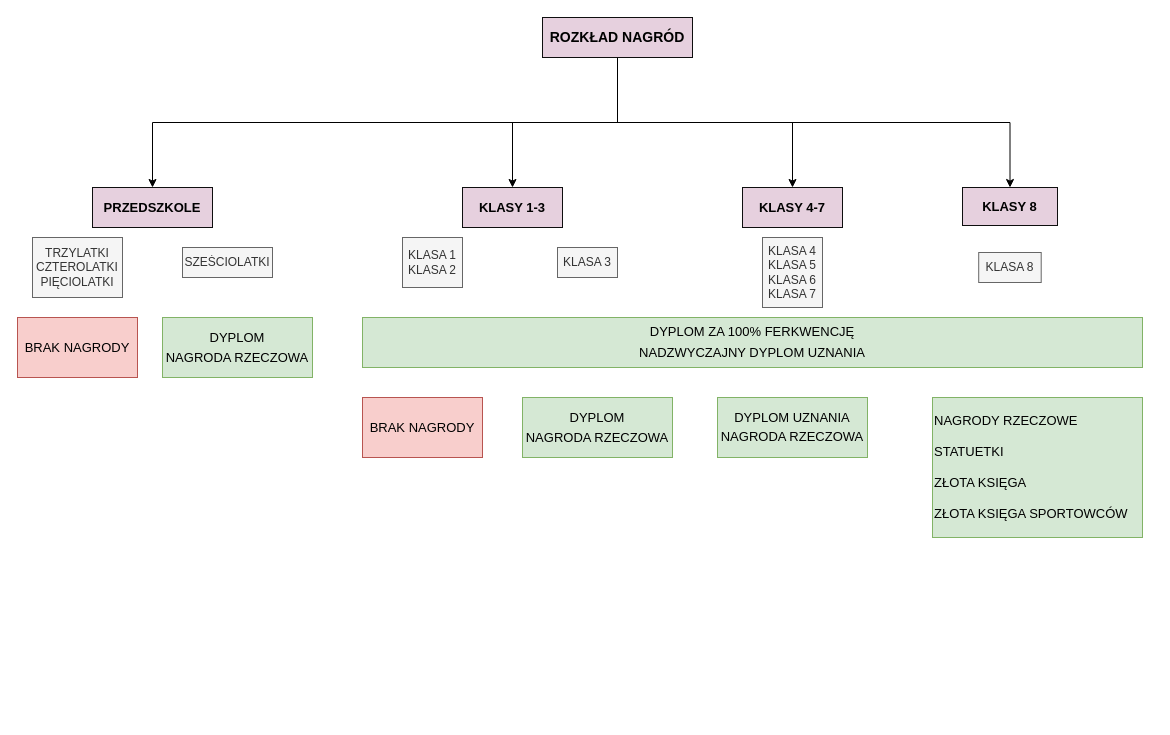
Above: Diagram bez tytułu.drawio in CyberLady-Bug/School-Winners (draw.io), before the change. Source tidied: cells renumbered, new cells numbered last; positions are measured from the earlier drawing's top-left corner, leaving out a move shared by most shapes. Both pictures are drawn from the tidied source at 100%, with x=0, y=0 at pixel (17, 17).
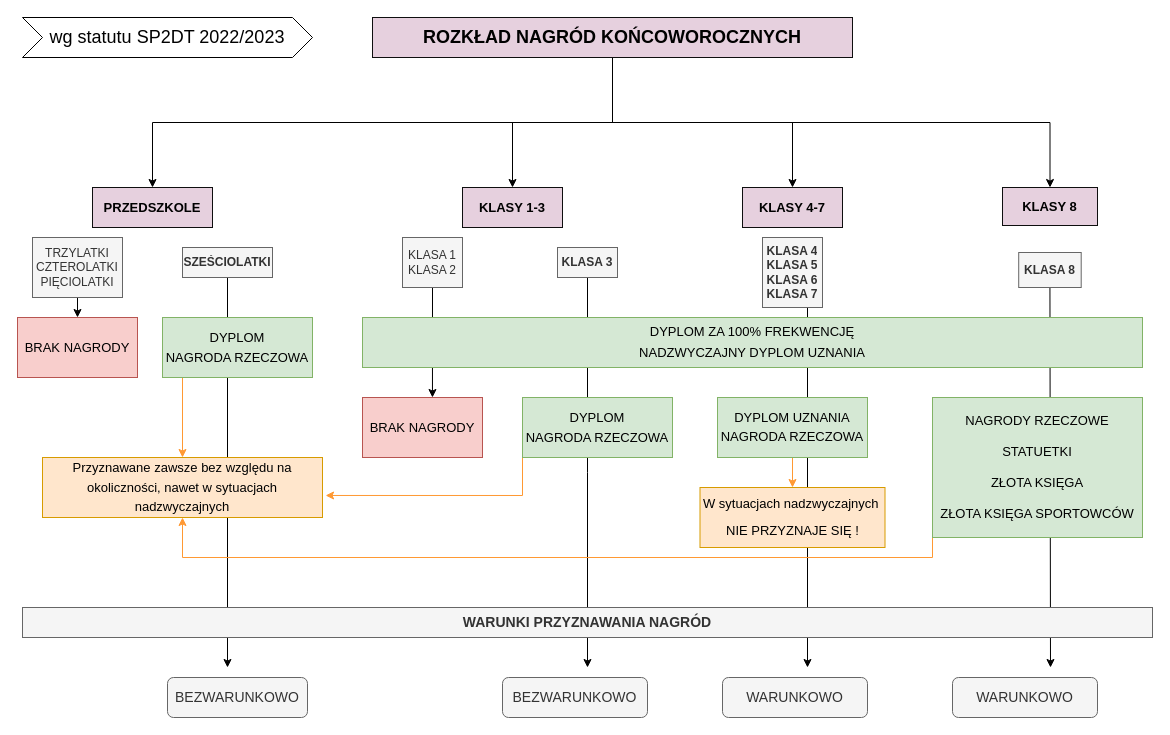
The same diagram, later.

Commit message:
ROZKŁAD NAGRÓD SP2DT

The change refers to these unchanged cells:
```xml
<mxCell id="2" value="TRZYLATKI&lt;br&gt;CZTEROLATKI&lt;br&gt;PIĘCIOLATKI" style="text;strokeColor=#666666;fillColor=#f5f5f5;html=1;whiteSpace=wrap;verticalAlign=middle;overflow=hidden;fontColor=#333333;align=center;" parent="1" vertex="1">
  <mxGeometry x="15" y="220" width="90" height="60" as="geometry" />
</mxCell>
<mxCell id="3" value="BRAK NAGRODY" style="whiteSpace=wrap;html=1;strokeColor=#b85450;fillColor=#f8cecc;fontSize=13;" parent="1" vertex="1">
  <mxGeometry y="300" width="120" height="60" as="geometry" />
</mxCell>
<mxCell id="5" value="&lt;p style=&quot;line-height: 150%;&quot;&gt;DYPLOM&lt;br style=&quot;font-size: 13px;&quot;&gt;NAGRODA RZECZOWA&lt;/p&gt;" style="rounded=0;whiteSpace=wrap;html=1;strokeColor=#82b366;fillColor=#d5e8d4;fontSize=13;" parent="1" vertex="1">
  <mxGeometry x="145" y="300" width="150" height="60" as="geometry" />
</mxCell>
<mxCell id="8" value="BRAK NAGRODY" style="whiteSpace=wrap;html=1;strokeColor=#b85450;fillColor=#f8cecc;fontSize=13;" parent="1" vertex="1">
  <mxGeometry x="345" y="380" width="120" height="60" as="geometry" />
</mxCell>
<mxCell id="19" value="&lt;p style=&quot;line-height: 150%;&quot;&gt;DYPLOM&lt;br style=&quot;font-size: 13px;&quot;&gt;NAGRODA RZECZOWA&lt;/p&gt;" style="rounded=0;whiteSpace=wrap;html=1;strokeColor=#82b366;fillColor=#d5e8d4;fontSize=13;" parent="1" vertex="1">
  <mxGeometry x="505" y="380" width="150" height="60" as="geometry" />
</mxCell>
<mxCell id="20" value="&lt;p style=&quot;line-height: 140%;&quot;&gt;DYPLOM UZNANIA&lt;br style=&quot;font-size: 13px;&quot;&gt;NAGRODA RZECZOWA&lt;/p&gt;" style="rounded=0;whiteSpace=wrap;html=1;strokeColor=#82b366;fillColor=#d5e8d4;fontSize=13;" parent="1" vertex="1">
  <mxGeometry x="700" y="380" width="150" height="60" as="geometry" />
</mxCell>
```

Change to the diagram source:
```diff
@@
+    <mxCell id="24" style="edgeStyle=orthogonalEdgeStyle;rounded=0;jettySize=auto;html=1;exitX=0.5;exitY=1;exitDx=0;exitDy=0;entryX=0.5;entryY=0;entryDx=0;entryDy=0;" parent="1" edge="1" source="2" target="3">
+      <mxGeometry relative="1" as="geometry" />
+    </mxCell>
@@
+    <mxCell id="25" style="edgeStyle=elbowEdgeStyle;rounded=0;jettySize=auto;html=1;exitX=0.5;exitY=1;exitDx=0;exitDy=0;strokeColor=#000000;fontSize=14;" parent="1" edge="1" source="4">
+      <mxGeometry relative="1" as="geometry">
+        <mxPoint x="210" y="650" as="targetPoint" />
+      </mxGeometry>
+    </mxCell>
-    <mxCell id="4" value="SZEŚCIOLATKI" style="text;strokeColor=#666666;fillColor=#f5f5f5;html=1;whiteSpace=wrap;verticalAlign=middle;overflow=hidden;fontColor=#333333;align=center;" parent="1" vertex="1">
+    <mxCell id="4" value="SZEŚCIOLATKI" style="text;strokeColor=#666666;fillColor=#f5f5f5;html=1;whiteSpace=wrap;verticalAlign=middle;overflow=hidden;fontColor=#333333;align=center;fontStyle=1;" parent="1" vertex="1">
       <mxGeometry x="165" y="230" width="90" height="30" as="geometry" />
     </mxCell>
+    <mxCell id="26" style="edgeStyle=orthogonalEdgeStyle;rounded=0;jettySize=auto;html=1;fontSize=14;strokeColor=#FF9933;exitX=0.25;exitY=1;exitDx=0;exitDy=0;" parent="1" edge="1" source="5" target="34">
+      <mxGeometry relative="1" as="geometry">
+        <Array as="points">
+          <mxPoint x="165" y="360" />
+        </Array>
+      </mxGeometry>
+    </mxCell>
@@
+    <mxCell id="27" style="edgeStyle=orthogonalEdgeStyle;rounded=0;jettySize=auto;html=1;exitX=0.5;exitY=1;exitDx=0;exitDy=0;entryX=0.583;entryY=0;entryDx=0;entryDy=0;entryPerimeter=0;" parent="1" edge="1" source="6" target="8">
+      <mxGeometry relative="1" as="geometry" />
+    </mxCell>
-    <mxCell id="6" value="KLASA 1&lt;br&gt;KLASA 2" style="text;strokeColor=#666666;fillColor=#f5f5f5;html=1;whiteSpace=wrap;verticalAlign=middle;overflow=hidden;fontColor=#333333;align=center;" parent="1" vertex="1">
+    <mxCell id="6" value="KLASA 1&lt;br&gt;KLASA 2" style="text;strokeColor=#666666;fillColor=#f5f5f5;html=1;whiteSpace=wrap;verticalAlign=middle;overflow=hidden;fontColor=#333333;align=center;fontStyle=0;" parent="1" vertex="1">
       <mxGeometry x="385" y="220" width="60" height="50" as="geometry" />
     </mxCell>
+    <mxCell id="28" style="edgeStyle=elbowEdgeStyle;rounded=0;jettySize=auto;html=1;exitX=0.5;exitY=1;exitDx=0;exitDy=0;strokeColor=#000000;fontSize=14;" parent="1" edge="1" source="7">
+      <mxGeometry relative="1" as="geometry">
+        <mxPoint x="570" y="650" as="targetPoint" />
+      </mxGeometry>
+    </mxCell>
-    <mxCell id="7" value="&lt;div&gt;KLASA 3&lt;/div&gt;" style="text;strokeColor=#666666;fillColor=#f5f5f5;html=1;whiteSpace=wrap;verticalAlign=middle;overflow=hidden;fontColor=#333333;align=center;" parent="1" vertex="1">
+    <mxCell id="7" value="&lt;div&gt;KLASA 3&lt;/div&gt;" style="text;strokeColor=#666666;fillColor=#f5f5f5;html=1;whiteSpace=wrap;verticalAlign=middle;overflow=hidden;fontColor=#333333;align=center;fontStyle=1;" parent="1" vertex="1">
       <mxGeometry x="540" y="230" width="60" height="30" as="geometry" />
     </mxCell>
@@
+    <mxCell id="29" style="edgeStyle=elbowEdgeStyle;rounded=0;jettySize=auto;html=1;exitX=0.75;exitY=1;exitDx=0;exitDy=0;strokeColor=#000000;fontSize=14;" parent="1" edge="1" source="9">
+      <mxGeometry relative="1" as="geometry">
+        <mxPoint x="790" y="650" as="targetPoint" />
+      </mxGeometry>
+    </mxCell>
-    <mxCell id="9" value="KLASA 4&lt;br&gt;KLASA 5&lt;br&gt;KLASA 6&lt;br&gt;KLASA 7" style="text;strokeColor=#666666;fillColor=#f5f5f5;html=1;whiteSpace=wrap;verticalAlign=middle;overflow=hidden;fontColor=#333333;align=center;" parent="1" vertex="1">
+    <mxCell id="9" value="KLASA 4&lt;br&gt;KLASA 5&lt;br&gt;KLASA 6&lt;br&gt;KLASA 7" style="text;strokeColor=#666666;fillColor=#f5f5f5;html=1;whiteSpace=wrap;verticalAlign=middle;overflow=hidden;fontColor=#333333;align=center;fontStyle=1;" parent="1" vertex="1">
       <mxGeometry x="745" y="220" width="60" height="70" as="geometry" />
     </mxCell>
+    <mxCell id="30" style="edgeStyle=elbowEdgeStyle;rounded=0;jettySize=auto;html=1;exitX=0.5;exitY=1;exitDx=0;exitDy=0;strokeColor=#000000;fontSize=14;" parent="1" edge="1" source="10">
+      <mxGeometry relative="1" as="geometry">
+        <mxPoint x="1033" y="650" as="targetPoint" />
+      </mxGeometry>
+    </mxCell>
-    <mxCell id="10" value="KLASA 8" style="text;strokeColor=#666666;fillColor=#f5f5f5;html=1;whiteSpace=wrap;verticalAlign=middle;overflow=hidden;fontColor=#333333;align=center;" parent="1" vertex="1">
-      <mxGeometry x="961.2" y="235" width="62.5" height="30" as="geometry" />
+    <mxCell id="10" value="KLASA 8" style="text;strokeColor=#666666;fillColor=#f5f5f5;html=1;whiteSpace=wrap;verticalAlign=middle;overflow=hidden;fontColor=#333333;align=center;fontStyle=1;" parent="1" vertex="1">
+      <mxGeometry x="1001.2" y="235" width="62.5" height="35" as="geometry" />
     </mxCell>
@@
     <mxCell id="13" value="KLASY 8" style="whiteSpace=wrap;html=1;strokeColor=#0F0F0F;fillColor=#E6D0DE;fontStyle=1;fontSize=13;" parent="1" vertex="1">
-      <mxGeometry x="945" y="170" width="95" height="38" as="geometry" />
+      <mxGeometry x="985" y="170" width="95" height="38" as="geometry" />
     </mxCell>
@@
+    <mxCell id="31" style="edgeStyle=orthogonalEdgeStyle;rounded=0;jettySize=auto;html=1;exitX=0;exitY=1;exitDx=0;exitDy=0;entryX=1.011;entryY=0.633;entryDx=0;entryDy=0;entryPerimeter=0;fontSize=14;strokeColor=#FF9933;" parent="1" edge="1" source="19" target="34">
+      <mxGeometry relative="1" as="geometry" />
+    </mxCell>
@@
+    <mxCell id="32" style="edgeStyle=orthogonalEdgeStyle;rounded=0;jettySize=auto;html=1;fontSize=14;strokeColor=#FF9933;" parent="1" edge="1" source="20" target="35">
+      <mxGeometry relative="1" as="geometry" />
+    </mxCell>
@@
+    <mxCell id="33" style="edgeStyle=orthogonalEdgeStyle;rounded=0;jettySize=auto;html=1;exitX=0;exitY=1;exitDx=0;exitDy=0;fontSize=14;elbow=vertical;strokeColor=#FF9933;" parent="1" edge="1" source="21" target="34">
+      <mxGeometry relative="1" as="geometry">
+        <Array as="points">
+          <mxPoint x="915" y="540" />
+          <mxPoint x="165" y="540" />
+        </Array>
+      </mxGeometry>
+    </mxCell>
-    <mxCell id="21" value="&lt;p style=&quot;line-height: 140%;&quot;&gt;NAGRODY RZECZOWE&lt;/p&gt;&lt;p style=&quot;line-height: 140%;&quot;&gt;STATUETKI&lt;/p&gt;&lt;p style=&quot;line-height: 140%;&quot;&gt;ZŁOTA KSIĘGA&lt;/p&gt;&lt;p style=&quot;line-height: 140%;&quot;&gt;ZŁOTA KSIĘGA SPORTOWCÓW&lt;/p&gt;" style="rounded=0;whiteSpace=wrap;html=1;strokeColor=#82b366;fillColor=#d5e8d4;fontSize=13;align=left;" parent="1" vertex="1">
+    <mxCell id="21" value="&lt;p style=&quot;line-height: 140%;&quot;&gt;NAGRODY RZECZOWE&lt;/p&gt;&lt;p style=&quot;line-height: 140%;&quot;&gt;STATUETKI&lt;/p&gt;&lt;p style=&quot;line-height: 140%;&quot;&gt;ZŁOTA KSIĘGA&lt;/p&gt;&lt;p style=&quot;line-height: 140%;&quot;&gt;ZŁOTA KSIĘGA SPORTOWCÓW&lt;/p&gt;" style="rounded=0;whiteSpace=wrap;html=1;strokeColor=#82b366;fillColor=#d5e8d4;fontSize=13;align=center;" parent="1" vertex="1">
       <mxGeometry x="915" y="380" width="210" height="140" as="geometry" />
     </mxCell>
-    <mxCell id="22" value="&lt;p style=&quot;line-height: 173%;&quot;&gt;&lt;font style=&quot;font-size: 13px;&quot;&gt;DYPLOM ZA 100% FERKWENCJĘ&lt;br&gt;NADZWYCZAJNY DYPLOM UZNANIA&lt;/font&gt;&lt;/p&gt;" style="rounded=0;whiteSpace=wrap;html=1;strokeColor=#82b366;fillColor=#d5e8d4;" parent="1" vertex="1">
+    <mxCell id="22" value="&lt;p style=&quot;line-height: 173%;&quot;&gt;&lt;font style=&quot;font-size: 13px;&quot;&gt;DYPLOM ZA 100% FREKWENCJĘ&lt;br&gt;NADZWYCZAJNY DYPLOM UZNANIA&lt;/font&gt;&lt;/p&gt;" style="rounded=0;whiteSpace=wrap;html=1;strokeColor=#82b366;fillColor=#d5e8d4;" parent="1" vertex="1">
       <mxGeometry x="345" y="300" width="780" height="50" as="geometry" />
     </mxCell>
-    <mxCell id="23" value="ROZKŁAD NAGRÓD" style="whiteSpace=wrap;html=1;strokeColor=#0F0F0F;fillColor=#E6D0DE;fontStyle=1;fontSize=14;" parent="1" vertex="1">
-      <mxGeometry x="525" width="150" height="40" as="geometry" />
+    <mxCell id="23" value="ROZKŁAD NAGRÓD KOŃCOWOROCZNYCH" style="whiteSpace=wrap;html=1;strokeColor=#0F0F0F;fillColor=#E6D0DE;fontStyle=1;fontSize=18;" parent="1" vertex="1">
+      <mxGeometry x="355" width="480" height="40" as="geometry" />
     </mxCell>
+    <mxCell id="34" value="&lt;p style=&quot;line-height: 150%;&quot;&gt;Przyznawane zawsze bez względu na okoliczności, nawet w sytuacjach nadzwyczajnych&lt;/p&gt;" style="rounded=0;whiteSpace=wrap;html=1;strokeColor=#d79b00;fillColor=#ffe6cc;fontSize=13;" parent="1" vertex="1">
+      <mxGeometry x="25" y="440" width="280" height="60" as="geometry" />
+    </mxCell>
+    <mxCell id="35" value="&lt;p style=&quot;line-height: 110%;&quot;&gt;W sytuacjach nadzwyczajnych&amp;nbsp;&lt;/p&gt;&lt;p style=&quot;line-height: 110%;&quot;&gt;NIE PRZYZNAJE SIĘ !&lt;/p&gt;" style="rounded=0;whiteSpace=wrap;html=1;strokeColor=#d79b00;fillColor=#ffe6cc;fontSize=13;" parent="1" vertex="1">
+      <mxGeometry x="682.5" y="470" width="185" height="60" as="geometry" />
+    </mxCell>
+    <mxCell id="36" value="&lt;b&gt;&lt;font style=&quot;font-size: 14px;&quot;&gt;WARUNKI PRZYZNAWANIA NAGRÓD&lt;/font&gt;&lt;/b&gt;" style="rounded=0;whiteSpace=wrap;html=1;strokeColor=#666666;fontSize=14;fillColor=#f5f5f5;fillStyle=auto;fontColor=#333333;" parent="1" vertex="1">
+      <mxGeometry x="5" y="590" width="1130" height="30" as="geometry" />
+    </mxCell>
+    <mxCell id="37" value="BEZWARUNKOWO" style="rounded=1;whiteSpace=wrap;html=1;fillStyle=auto;strokeColor=#666666;fontSize=14;fillColor=#f5f5f5;fontColor=#333333;" parent="1" vertex="1">
+      <mxGeometry x="150" y="660" width="140" height="40" as="geometry" />
+    </mxCell>
+    <mxCell id="38" value="BEZWARUNKOWO" style="rounded=1;whiteSpace=wrap;html=1;fillStyle=auto;strokeColor=#666666;fontSize=14;fillColor=#f5f5f5;fontColor=#333333;" parent="1" vertex="1">
+      <mxGeometry x="485" y="660" width="145" height="40" as="geometry" />
+    </mxCell>
+    <mxCell id="39" value="WARUNKOWO" style="rounded=1;whiteSpace=wrap;html=1;fillStyle=auto;strokeColor=#666666;fontSize=14;fillColor=#f5f5f5;fontColor=#333333;" parent="1" vertex="1">
+      <mxGeometry x="705" y="660" width="145" height="40" as="geometry" />
+    </mxCell>
+    <mxCell id="40" value="WARUNKOWO" style="rounded=1;whiteSpace=wrap;html=1;fillStyle=auto;strokeColor=#666666;fontSize=14;fillColor=#f5f5f5;fontColor=#333333;" parent="1" vertex="1">
+      <mxGeometry x="935" y="660" width="145" height="40" as="geometry" />
+    </mxCell>
+    <mxCell id="41" value="wg statutu SP2DT 2022/2023" style="shape=step;perimeter=stepPerimeter;whiteSpace=wrap;html=1;fixedSize=1;fontSize=18;" parent="1" vertex="1">
+      <mxGeometry x="5" width="290" height="40" as="geometry" />
+    </mxCell>
```
